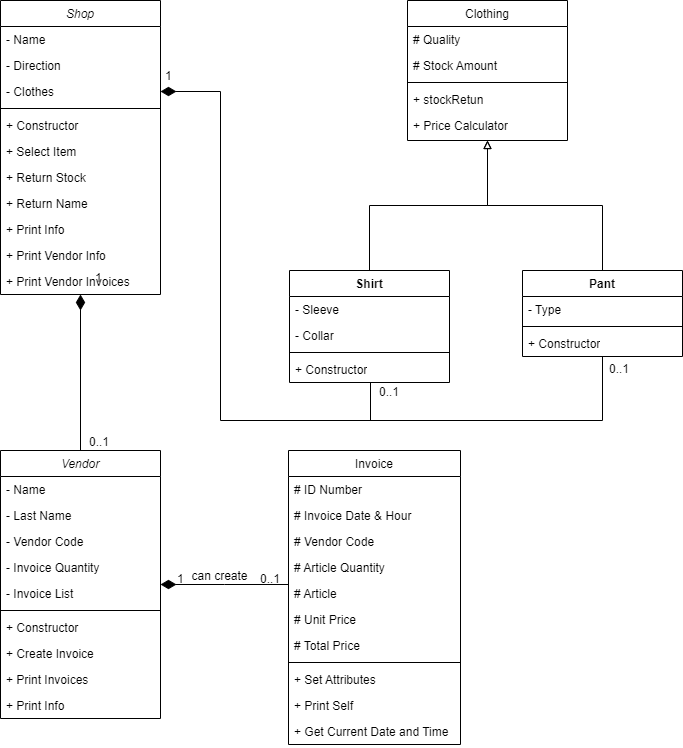
Before: UML Diagram.png, a diagram exported from draw.io (Koda-Kode/ClothesShopQuark). Source tidied: cells renumbered, new cells last; positions are measured from the earlier drawing's top-left corner, leaving out a move shared by most shapes.
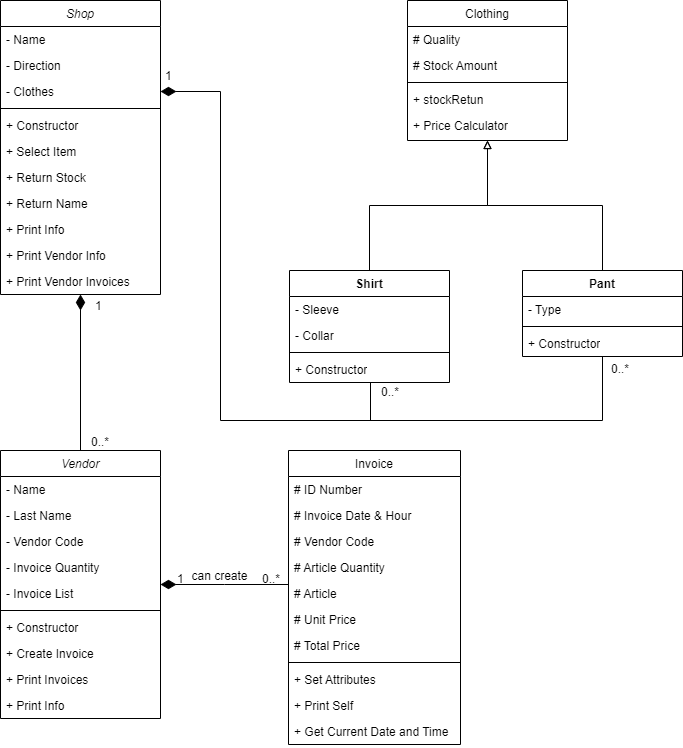
After the commit.

Diff of the diagram source:
```diff
@@ -81,7 +81,7 @@
         <mxPoint x="15" y="3" as="offset" />
       </mxGeometry>
     </mxCell>
-    <mxCell id="27" value="0..1" style="align=right;verticalAlign=bottom;labelBackgroundColor=none;fontSize=12;" parent="25" vertex="1">
+    <mxCell id="27" value="0..*" style="align=right;verticalAlign=bottom;labelBackgroundColor=none;fontSize=12;" parent="25" vertex="1">
       <mxGeometry x="1" relative="1" as="geometry">
         <mxPoint x="-7" y="3" as="offset" />
       </mxGeometry>
@@ -198,11 +198,11 @@
     <mxCell id="60" value="+ Constructor" style="text;strokeColor=none;fillColor=none;align=left;verticalAlign=top;spacingLeft=4;spacingRight=4;overflow=hidden;whiteSpace=wrap;html=1;" parent="57" vertex="1">
       <mxGeometry y="60" width="160" height="26" as="geometry" />
     </mxCell>
-    <mxCell id="61" value="0..1" style="align=right;verticalAlign=bottom;labelBackgroundColor=none;fontSize=12;" parent="1" vertex="1">
+    <mxCell id="61" value="0..*" style="align=right;verticalAlign=bottom;labelBackgroundColor=none;fontSize=12;" parent="1" vertex="1">
       <mxGeometry x="110" y="450" as="geometry" />
     </mxCell>
     <mxCell id="62" value="1" style="align=left;verticalAlign=bottom;labelBackgroundColor=none;fontSize=12;" parent="1" vertex="1">
-      <mxGeometry x="100" y="292" as="geometry">
+      <mxGeometry x="100" y="320" as="geometry">
         <mxPoint x="-7" y="-6" as="offset" />
       </mxGeometry>
     </mxCell>
@@ -211,10 +211,10 @@
         <mxPoint x="-7" y="-6" as="offset" />
       </mxGeometry>
     </mxCell>
-    <mxCell id="64" value="0..1" style="align=right;verticalAlign=bottom;labelBackgroundColor=none;fontSize=12;" parent="1" vertex="1">
+    <mxCell id="64" value="0..*" style="align=right;verticalAlign=bottom;labelBackgroundColor=none;fontSize=12;" parent="1" vertex="1">
       <mxGeometry x="400" y="400" as="geometry" />
     </mxCell>
-    <mxCell id="65" value="0..1" style="align=right;verticalAlign=bottom;labelBackgroundColor=none;fontSize=12;" parent="1" vertex="1">
+    <mxCell id="65" value="0..*" style="align=right;verticalAlign=bottom;labelBackgroundColor=none;fontSize=12;" parent="1" vertex="1">
       <mxGeometry x="630" y="377" as="geometry" />
     </mxCell>
   </root>
```
